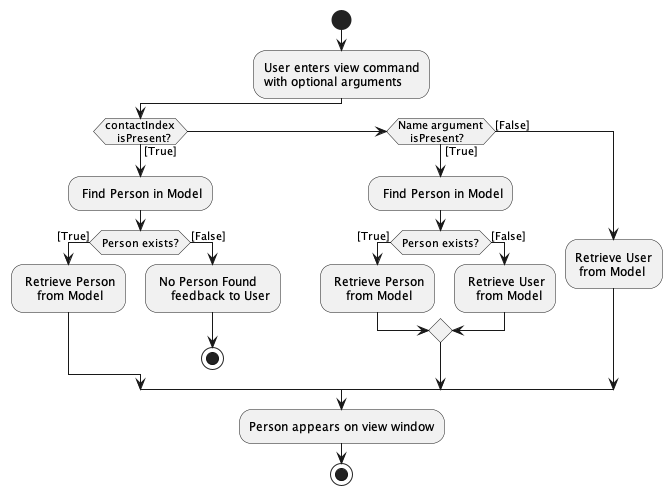
Before: docs/images/ViewActivityDiagram.png, a diagram exported from PlantUML (nus-cs2103-AY2223S2/tp).
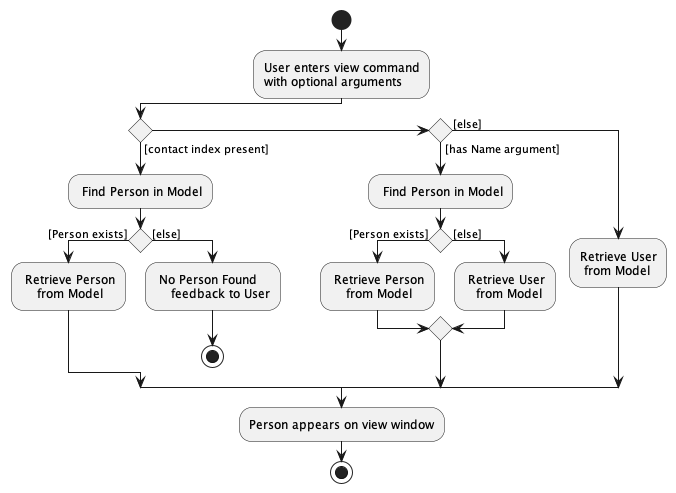
Later version of the same file.

Commit message:
Edit activity diagram for View Command and add Meet Command header

Diff of the diagram source:
```diff
@@ -2,28 +2,26 @@
 start
 :User enters view command
 with optional arguments;
-if (contactIndex
-    isPresent?) then ([True])
+if () then ([contact index present])
     : Find Person in Model;
-    if (Person exists?) then ([True])
+    if () then ([Person exists])
     : Retrieve Person
         from Model;
-    else ([False])
+    else ([else])
     : No Person Found
         feedback to User;
         stop;
     endif
-elseif (Name argument
-    isPresent?) then ([True])
+elseif () then ([has Name argument])
     : Find Person in Model;
-    if (Person exists?) then ([True])
+    if () then ([Person exists])
     : Retrieve Person
         from Model;
-    else ([False])
+    else ([else])
     : Retrieve User
        from Model;
     endif
-else ([False])
+else ([else])
     :Retrieve User
      from Model;
 endif
```
